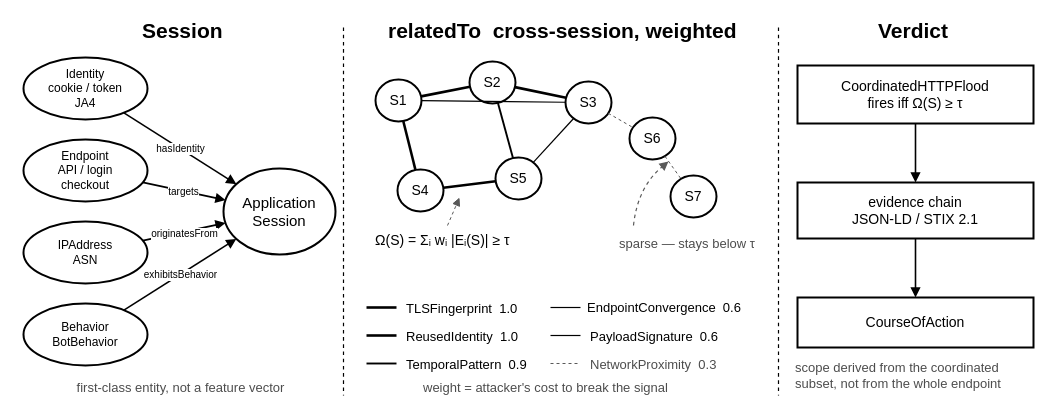
Before: papers/http-session-noms/figures/src-drawio/fig1_ontology.drawio in Natanael0liveira/knowledge-graph-ddos-article, a draw.io diagram. Source tidied: cells renumbered, new cells numbered last; positions are measured from the earlier drawing's top-left corner, leaving out a move shared by most shapes. Both pictures are drawn from the tidied source at 100%, with x=0, y=0 at pixel (17, 17).
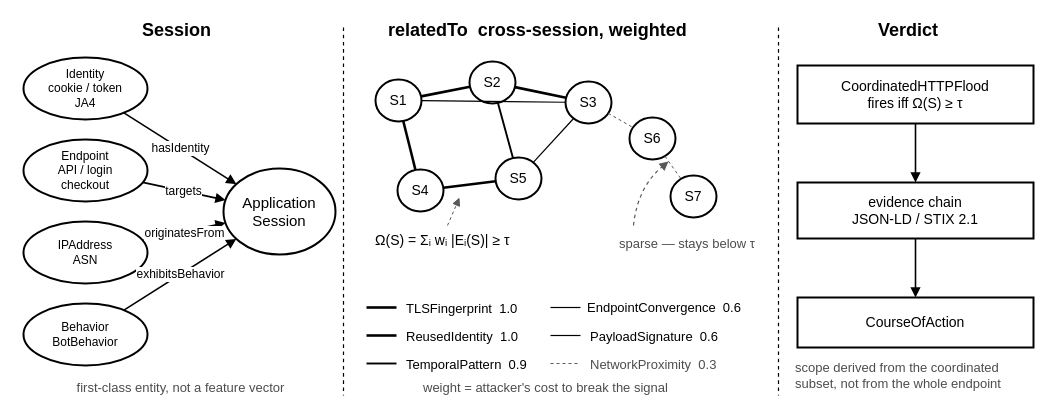
The same page after the edit.

The change refers to these unchanged cells:
```xml
<mxCell id="3" value="Identity&lt;br&gt;cookie / token&lt;br&gt;JA4" style="ellipse;whiteSpace=wrap;html=1;fillColor=none;strokeColor=#000000;strokeWidth=2;fontFamily=Helvetica;fontSize=12;" parent="1" vertex="1">
  <mxGeometry x="6" y="40" width="124" height="62" as="geometry" />
</mxCell>
<mxCell id="4" value="Endpoint&lt;br&gt;API / login&lt;br&gt;checkout" style="ellipse;whiteSpace=wrap;html=1;fillColor=none;strokeColor=#000000;strokeWidth=2;fontFamily=Helvetica;fontSize=12;" parent="1" vertex="1">
  <mxGeometry x="6" y="122" width="124" height="62" as="geometry" />
</mxCell>
<mxCell id="5" value="IPAddress&lt;br&gt;ASN" style="ellipse;whiteSpace=wrap;html=1;fillColor=none;strokeColor=#000000;strokeWidth=2;fontFamily=Helvetica;fontSize=12;" parent="1" vertex="1">
  <mxGeometry x="6" y="204" width="124" height="62" as="geometry" />
</mxCell>
<mxCell id="6" value="Behavior&lt;br&gt;BotBehavior" style="ellipse;whiteSpace=wrap;html=1;fillColor=none;strokeColor=#000000;strokeWidth=2;fontFamily=Helvetica;fontSize=12;" parent="1" vertex="1">
  <mxGeometry x="6" y="286" width="124" height="62" as="geometry" />
</mxCell>
<mxCell id="7" value="Application&lt;br&gt;Session" style="ellipse;whiteSpace=wrap;html=1;fillColor=none;strokeColor=#000000;strokeWidth=2;fontFamily=Helvetica;fontSize=15;" parent="1" vertex="1">
  <mxGeometry x="206" y="151" width="112" height="86" as="geometry" />
</mxCell>
```

Change to the diagram source:
```diff
@@
-    <mxCell id="2" value="Session" style="text;html=1;fontFamily=Helvetica;fontSize=21;fontStyle=1;align=left;verticalAlign=middle;" parent="1" vertex="1">
+    <mxCell id="2" value="Session" style="text;html=1;fontFamily=Helvetica;fontSize=18;fontStyle=1;align=left;verticalAlign=middle;" parent="1" vertex="1">
       <mxGeometry x="123" width="183" height="26" as="geometry" />
     </mxCell>
@@
-    <mxCell id="8" value="hasIdentity" style="endArrow=block;endFill=1;endSize=6;html=1;rounded=0;strokeColor=#000000;strokeWidth=1.6;fontFamily=Helvetica;fontSize=10;labelBackgroundColor=#FFFFFF;" parent="1" edge="1" source="3" target="7">
+    <mxCell id="8" value="hasIdentity" style="endArrow=block;endFill=1;endSize=6;html=1;rounded=0;strokeColor=#000000;strokeWidth=1.6;fontFamily=Helvetica;fontSize=12;labelBackgroundColor=#FFFFFF;" parent="1" edge="1" source="3" target="7">
       <mxGeometry relative="1" as="geometry" />
     </mxCell>
-    <mxCell id="9" value="targets" style="endArrow=block;endFill=1;endSize=6;html=1;rounded=0;strokeColor=#000000;strokeWidth=1.6;fontFamily=Helvetica;fontSize=10;labelBackgroundColor=#FFFFFF;" parent="1" edge="1" source="4" target="7">
+    <mxCell id="9" value="targets" style="endArrow=block;endFill=1;endSize=6;html=1;rounded=0;strokeColor=#000000;strokeWidth=1.6;fontFamily=Helvetica;fontSize=12;labelBackgroundColor=#FFFFFF;" parent="1" edge="1" source="4" target="7">
       <mxGeometry relative="1" as="geometry" />
     </mxCell>
-    <mxCell id="10" value="originatesFrom" style="endArrow=block;endFill=1;endSize=6;html=1;rounded=0;strokeColor=#000000;strokeWidth=1.6;fontFamily=Helvetica;fontSize=10;labelBackgroundColor=#FFFFFF;" parent="1" edge="1" source="5" target="7">
+    <mxCell id="10" value="originatesFrom" style="endArrow=block;endFill=1;endSize=6;html=1;rounded=0;strokeColor=#000000;strokeWidth=1.6;fontFamily=Helvetica;fontSize=12;labelBackgroundColor=#FFFFFF;" parent="1" edge="1" source="5" target="7">
       <mxGeometry y="-2" relative="1" as="geometry" />
     </mxCell>
-    <mxCell id="11" value="exhibitsBehavior" style="endArrow=block;endFill=1;endSize=6;html=1;rounded=0;strokeColor=#000000;strokeWidth=1.6;fontFamily=Helvetica;fontSize=10;labelBackgroundColor=#FFFFFF;" parent="1" edge="1" source="6" target="7">
+    <mxCell id="11" value="exhibitsBehavior" style="endArrow=block;endFill=1;endSize=6;html=1;rounded=0;strokeColor=#000000;strokeWidth=1.6;fontFamily=Helvetica;fontSize=12;labelBackgroundColor=#FFFFFF;" parent="1" edge="1" source="6" target="7">
       <mxGeometry relative="1" as="geometry" />
     </mxCell>
@@
-    <mxCell id="14" value="relatedTo  cross-session, weighted" style="text;html=1;fontFamily=Helvetica;fontSize=21;fontStyle=1;align=left;verticalAlign=middle;" parent="1" vertex="1">
+    <mxCell id="14" value="relatedTo  cross-session, weighted" style="text;html=1;fontFamily=Helvetica;fontSize=18;fontStyle=1;align=left;verticalAlign=middle;" parent="1" vertex="1">
       <mxGeometry x="369" width="362" height="26" as="geometry" />
     </mxCell>
@@
-    <mxCell id="49" value="Verdict" style="text;html=1;fontFamily=Helvetica;fontSize=21;fontStyle=1;align=left;verticalAlign=middle;" parent="1" vertex="1">
+    <mxCell id="49" value="Verdict" style="text;html=1;fontFamily=Helvetica;fontSize=18;fontStyle=1;align=left;verticalAlign=middle;" parent="1" vertex="1">
       <mxGeometry x="858.5" width="93" height="26" as="geometry" />
     </mxCell>
```
